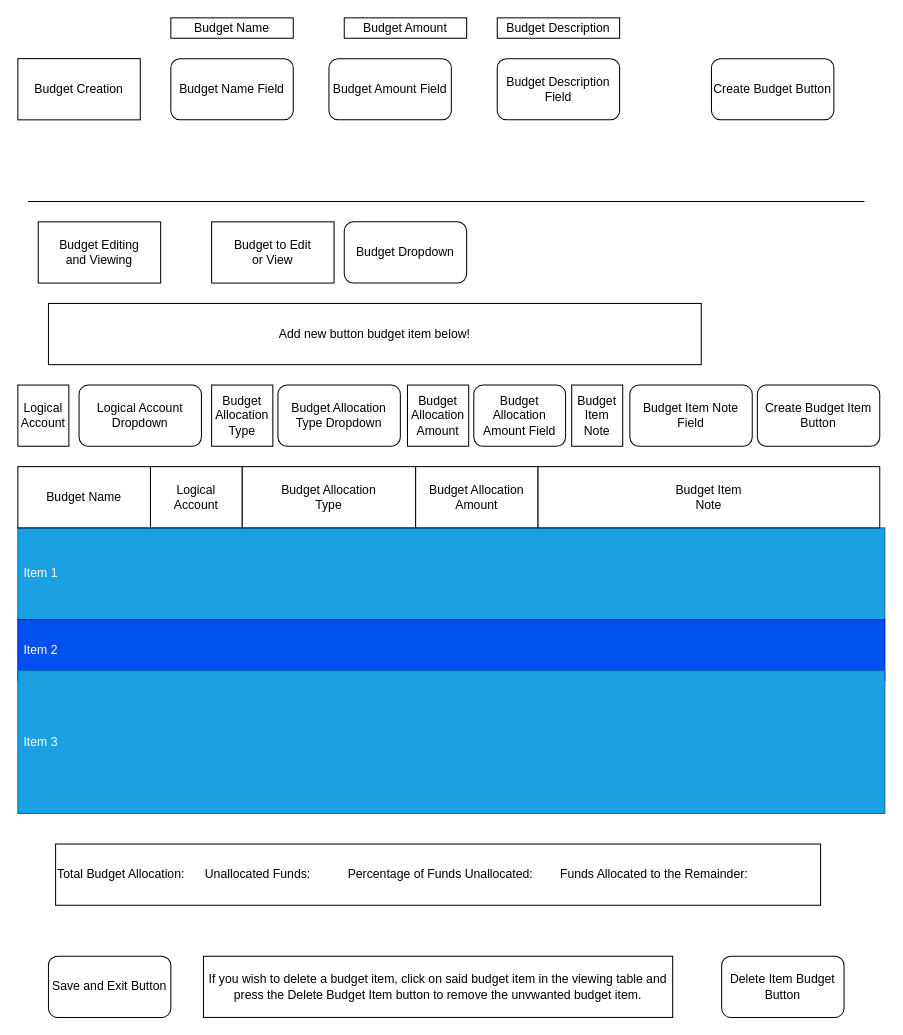
Earlier version of the draw.io diagram page "Budgeting UI Rought Draft" (3 of 3) of Budgeting UI.drawio (Trenton-Gibson/Python-Finance-Project). Source tidied: cells renumbered, new cells numbered last; positions are measured from the earlier drawing's top-left corner, leaving out a move shared by most shapes. Both pictures are drawn from the tidied source at 102%, with x=0, y=0 at pixel (17, 17).
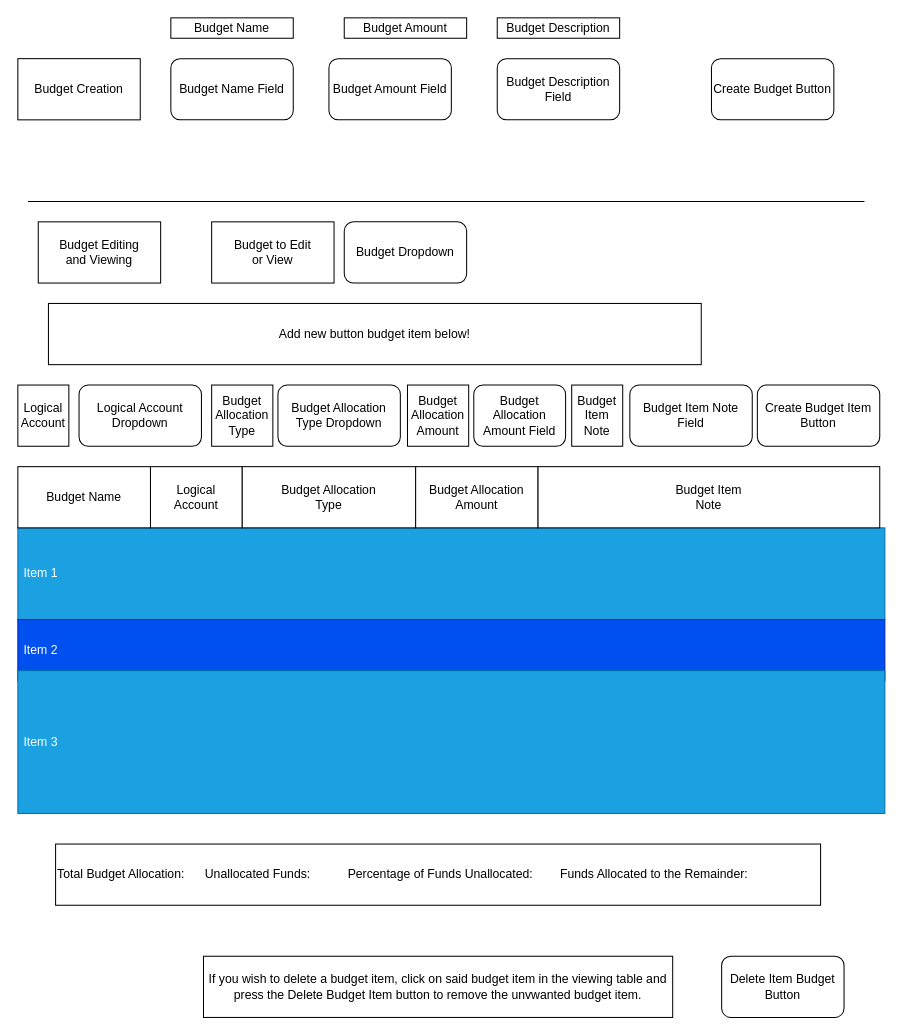
The same diagram, later.

Change to the diagram source:
```diff
@@
-    <mxCell id="12" value="Save and Exit Button" style="rounded=1;whiteSpace=wrap;html=1;" parent="1" vertex="1">
-      <mxGeometry x="30" y="920" width="120" height="60" as="geometry" />
-    </mxCell>
```
